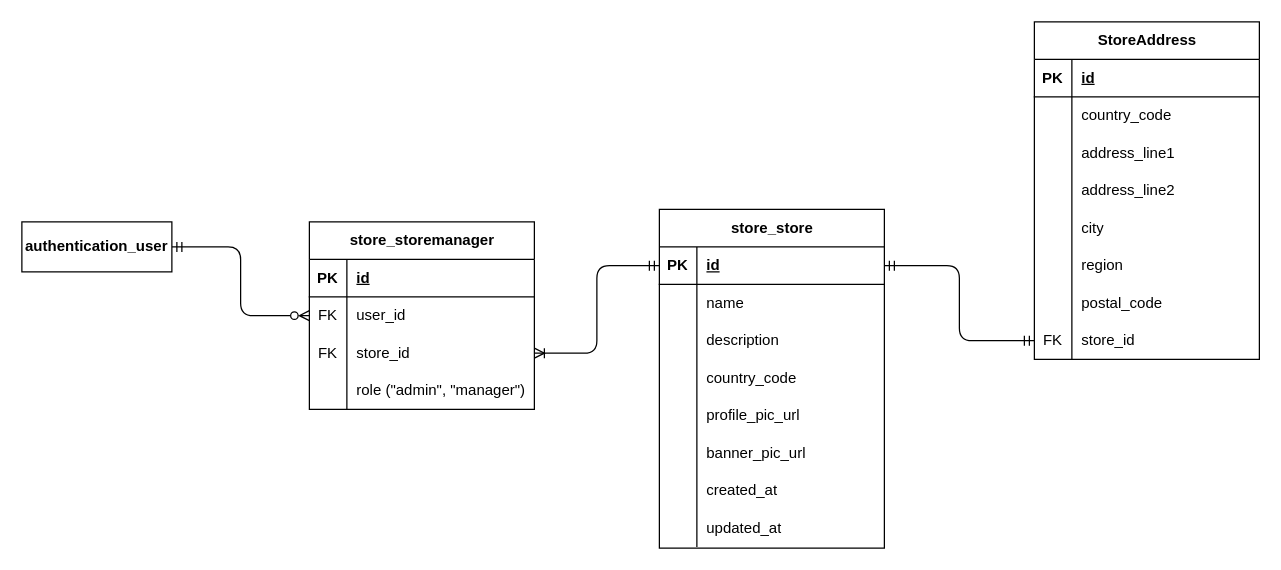
Above: page "Store" (7 of 7) of diagrams/e-commerce-entity-relationship-diagram.drawio in RHILIUS/E-Commerce-Docs (draw.io), before the change. Source tidied: cells renumbered, new cells numbered last; positions are measured from the earlier drawing's top-left corner, leaving out a move shared by most shapes. Both pictures are drawn from the tidied source at 125%, with x=0, y=0 at pixel (21, 21).
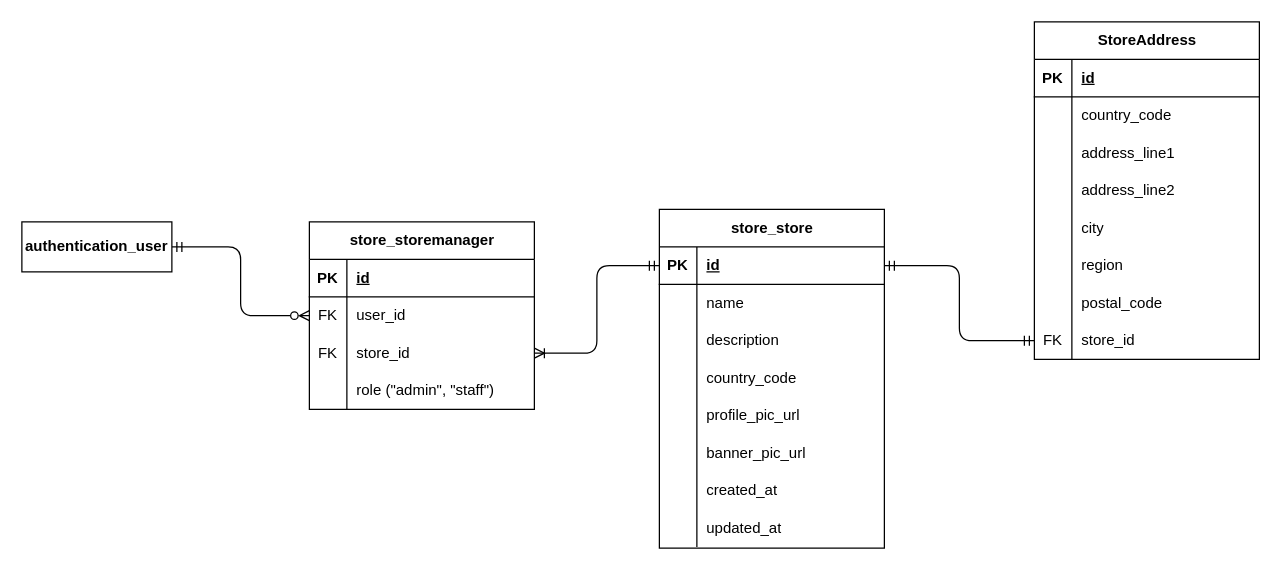
The same diagram, later.

Commit message:
feat(erd): change manager choice to staff

Unchanged cells that the change refers to:
```xml
<mxCell id="65" style="shape=tableRow;horizontal=0;startSize=0;swimlaneHead=0;swimlaneBody=0;fillColor=none;top=0;left=0;right=0;bottom=0;" parent="55" vertex="1">
  <mxGeometry y="120" width="180" height="30" as="geometry" />
</mxCell>
```

Diff of the diagram source:
```diff
@@
-    <mxCell id="67" value="role (&quot;admin&quot;, &quot;manager&quot;)" style="shape=partialRectangle;fillColor=none;top=0;left=0;bottom=0;right=0;align=left;spacingLeft=6;overflow=hidden;whiteSpace=wrap;html=1;" parent="65" vertex="1">
+    <mxCell id="67" value="role (&quot;admin&quot;, &quot;staff&quot;)" style="shape=partialRectangle;fillColor=none;top=0;left=0;bottom=0;right=0;align=left;spacingLeft=6;overflow=hidden;whiteSpace=wrap;html=1;" parent="65" vertex="1">
       <mxGeometry x="30" width="150" height="30" as="geometry" />
     </mxCell>
```
